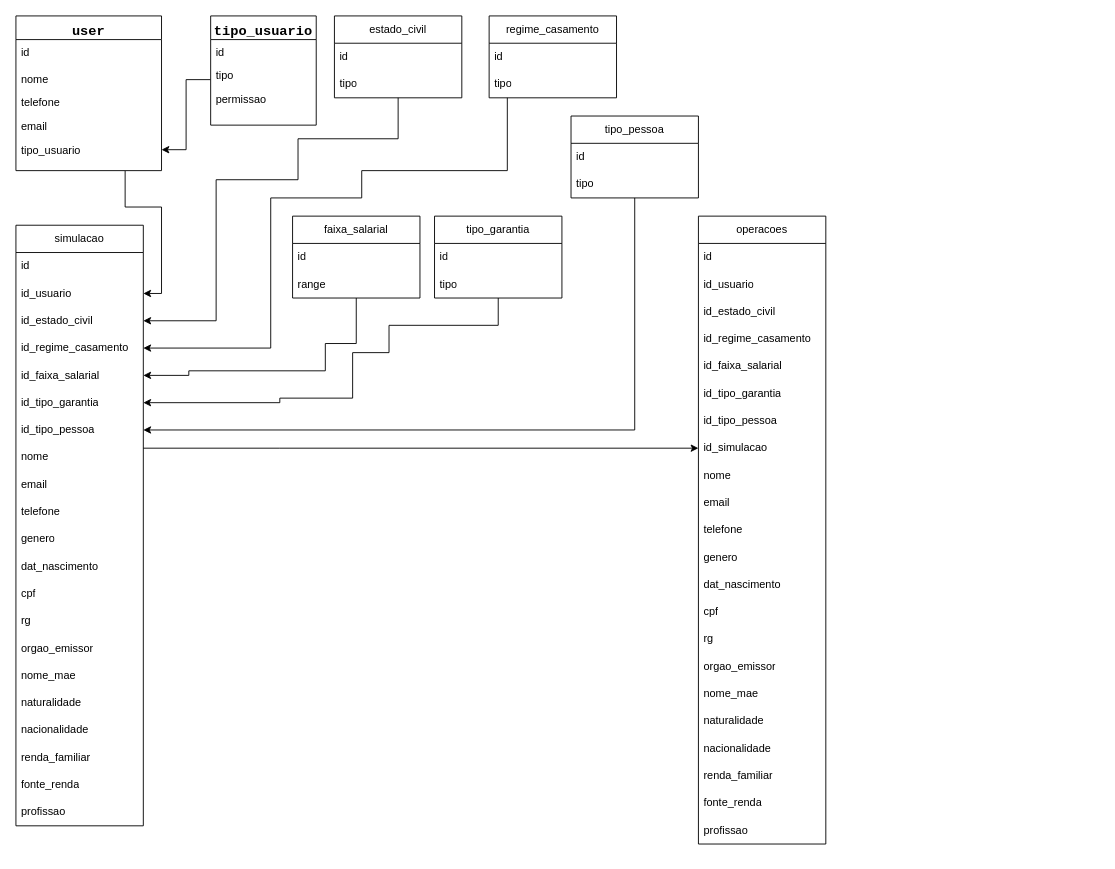
Earlier version of the draw.io diagram Diagrama sem nome.drawio (lucaswalmor/lucaswalmor). Source tidied: cells renumbered, new cells numbered last; positions are measured from the earlier drawing's top-left corner, leaving out a move shared by most shapes. Both pictures are drawn from the tidied source at 91%, with x=0, y=0 at pixel (15, 15).
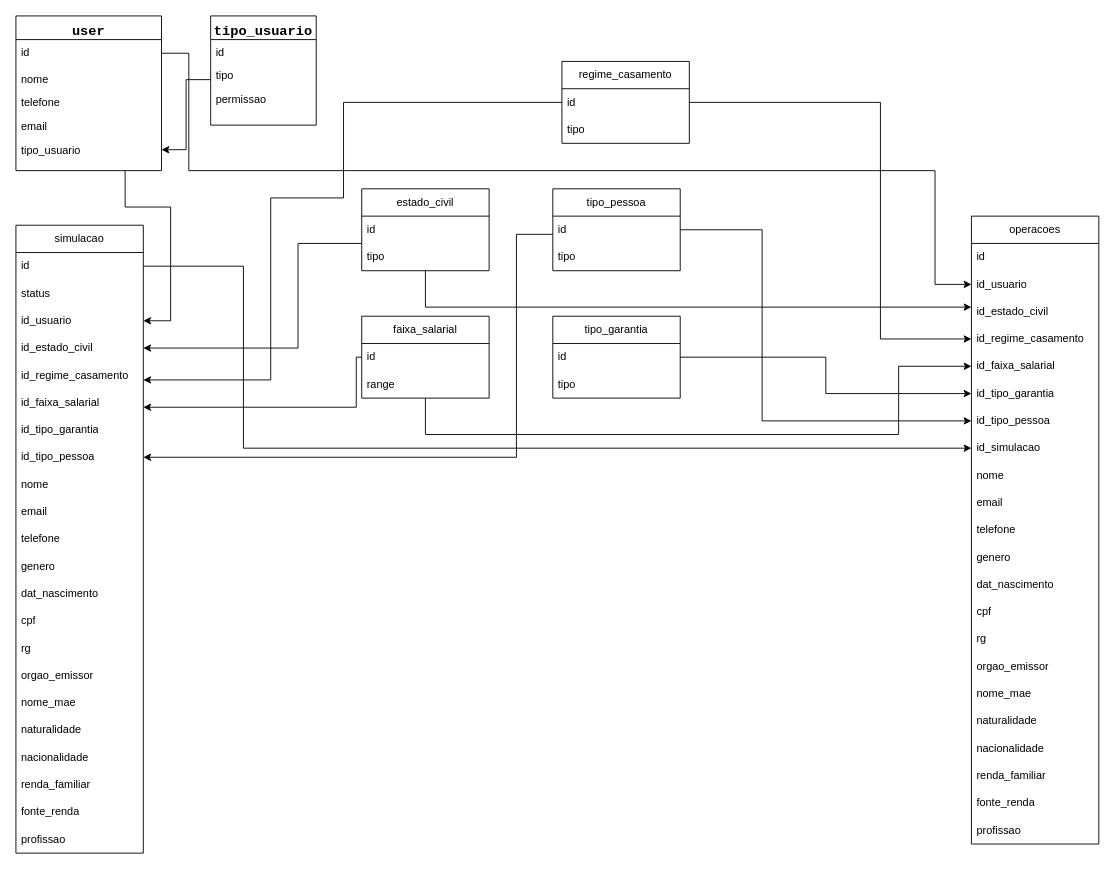
The same diagram, later.

Unchanged cells that the change refers to:
```xml
<mxCell id="3" value="user" style="swimlane;fontStyle=1;align=center;verticalAlign=top;horizontal=1;startSize=26;rounded=0;shadow=0;strokeWidth=1;fontFamily=Courier New;fontSize=15;fillColor=default;gradientColor=none;swimlaneFillColor=default;" parent="1" vertex="1">
  <mxGeometry width="160" height="170" as="geometry" />
</mxCell>
<mxCell id="4" value="id" style="text;strokeColor=none;fillColor=none;align=left;verticalAlign=middle;spacingLeft=4;spacingRight=4;overflow=hidden;points=[[0,0.5],[1,0.5]];portConstraint=eastwest;whiteSpace=wrap;html=1;" parent="3" vertex="1">
  <mxGeometry y="26" width="160" height="30" as="geometry" />
</mxCell>
<mxCell id="16" value="id" style="text;strokeColor=none;fillColor=none;align=left;verticalAlign=middle;spacingLeft=4;spacingRight=4;overflow=hidden;points=[[0,0.5],[1,0.5]];portConstraint=eastwest;whiteSpace=wrap;html=1;" parent="15" vertex="1">
  <mxGeometry y="30" width="140" height="30" as="geometry" />
</mxCell>
<mxCell id="55" value="id" style="text;strokeColor=none;fillColor=none;align=left;verticalAlign=middle;spacingLeft=4;spacingRight=4;overflow=hidden;points=[[0,0.5],[1,0.5]];portConstraint=eastwest;whiteSpace=wrap;html=1;" parent="54" vertex="1">
  <mxGeometry y="30" width="140" height="30" as="geometry" />
</mxCell>
<mxCell id="59" value="id_usuario" style="text;strokeColor=none;fillColor=none;align=left;verticalAlign=middle;spacingLeft=4;spacingRight=4;overflow=hidden;points=[[0,0.5],[1,0.5]];portConstraint=eastwest;whiteSpace=wrap;html=1;" parent="57" vertex="1">
  <mxGeometry y="60" width="140" height="30" as="geometry" />
</mxCell>
<mxCell id="60" value="id_estado_civil" style="text;strokeColor=none;fillColor=none;align=left;verticalAlign=middle;spacingLeft=4;spacingRight=4;overflow=hidden;points=[[0,0.5],[1,0.5]];portConstraint=eastwest;whiteSpace=wrap;html=1;" parent="57" vertex="1">
  <mxGeometry y="90" width="140" height="30" as="geometry" />
</mxCell>
<mxCell id="61" value="id_regime_casamento" style="text;strokeColor=none;fillColor=none;align=left;verticalAlign=middle;spacingLeft=4;spacingRight=4;overflow=hidden;points=[[0,0.5],[1,0.5]];portConstraint=eastwest;whiteSpace=wrap;html=1;" parent="57" vertex="1">
  <mxGeometry y="120" width="140" height="30" as="geometry" />
</mxCell>
<mxCell id="62" value="id_faixa_salarial" style="text;strokeColor=none;fillColor=none;align=left;verticalAlign=middle;spacingLeft=4;spacingRight=4;overflow=hidden;points=[[0,0.5],[1,0.5]];portConstraint=eastwest;whiteSpace=wrap;html=1;" parent="57" vertex="1">
  <mxGeometry y="150" width="140" height="30" as="geometry" />
</mxCell>
<mxCell id="63" value="id_tipo_garantia" style="text;strokeColor=none;fillColor=none;align=left;verticalAlign=middle;spacingLeft=4;spacingRight=4;overflow=hidden;points=[[0,0.5],[1,0.5]];portConstraint=eastwest;whiteSpace=wrap;html=1;" parent="57" vertex="1">
  <mxGeometry y="180" width="140" height="30" as="geometry" />
</mxCell>
<mxCell id="64" value="id_tipo_pessoa" style="text;strokeColor=none;fillColor=none;align=left;verticalAlign=middle;spacingLeft=4;spacingRight=4;overflow=hidden;points=[[0,0.5],[1,0.5]];portConstraint=eastwest;whiteSpace=wrap;html=1;" parent="57" vertex="1">
  <mxGeometry y="210" width="140" height="30" as="geometry" />
</mxCell>
<mxCell id="65" value="id_simulacao" style="text;align=left;verticalAlign=middle;spacingLeft=4;spacingRight=4;overflow=hidden;points=[[0,0.5],[1,0.5]];portConstraint=eastwest;whiteSpace=wrap;html=1;" parent="57" vertex="1">
  <mxGeometry y="240" width="140" height="30" as="geometry" />
</mxCell>
```

Change to the diagram source:
```diff
@@
     <mxCell id="2" style="edgeStyle=orthogonalEdgeStyle;rounded=0;jettySize=auto;html=1;" parent="1" edge="1" source="3" target="17">
       <mxGeometry relative="1" as="geometry">
         <Array as="points">
           <mxPoint x="120" y="210" />
-          <mxPoint x="160" y="210" />
-          <mxPoint x="160" y="305" />
+          <mxPoint x="170" y="210" />
+          <mxPoint x="170" y="335" />
         </Array>
       </mxGeometry>
     </mxCell>
@@
-    <mxCell id="14" style="edgeStyle=orthogonalEdgeStyle;rounded=0;jettySize=auto;html=1;" parent="1" edge="1" source="15" target="65">
-      <mxGeometry relative="1" as="geometry">
-        <Array as="points">
-          <mxPoint x="290" y="475" />
-          <mxPoint x="290" y="475" />
-        </Array>
-      </mxGeometry>
-    </mxCell>
     <mxCell id="15" value="simulacao" style="swimlane;fontStyle=0;horizontal=1;startSize=30;whiteSpace=wrap;html=1;" parent="1" vertex="1">
-      <mxGeometry y="230" width="140" height="660" as="geometry" />
+      <mxGeometry y="230" width="140" height="690" as="geometry" />
     </mxCell>
@@
+    <mxCell id="80" value="status" style="text;strokeColor=none;fillColor=none;align=left;verticalAlign=middle;spacingLeft=4;spacingRight=4;overflow=hidden;whiteSpace=wrap;html=1;" parent="15" vertex="1">
+      <mxGeometry y="60" width="140" height="30" as="geometry" />
+    </mxCell>
     <mxCell id="17" value="id_usuario" style="text;strokeColor=none;fillColor=none;align=left;verticalAlign=middle;spacingLeft=4;spacingRight=4;overflow=hidden;points=[[0,0.5],[1,0.5]];portConstraint=eastwest;whiteSpace=wrap;html=1;" parent="15" vertex="1">
-      <mxGeometry y="60" width="140" height="30" as="geometry" />
+      <mxGeometry y="90" width="140" height="30" as="geometry" />
     </mxCell>
     <mxCell id="18" value="id_estado_civil" style="text;strokeColor=none;fillColor=none;align=left;verticalAlign=middle;spacingLeft=4;spacingRight=4;overflow=hidden;points=[[0,0.5],[1,0.5]];portConstraint=eastwest;whiteSpace=wrap;html=1;" parent="15" vertex="1">
-      <mxGeometry y="90" width="140" height="30" as="geometry" />
+      <mxGeometry y="120" width="140" height="30" as="geometry" />
     </mxCell>
     <mxCell id="19" value="id_regime_casamento" style="text;strokeColor=none;fillColor=none;align=left;verticalAlign=middle;spacingLeft=4;spacingRight=4;overflow=hidden;points=[[0,0.5],[1,0.5]];portConstraint=eastwest;whiteSpace=wrap;html=1;" parent="15" vertex="1">
-      <mxGeometry y="120" width="140" height="30" as="geometry" />
+      <mxGeometry y="150" width="140" height="30" as="geometry" />
     </mxCell>
     <mxCell id="20" value="id_faixa_salarial" style="text;strokeColor=none;fillColor=none;align=left;verticalAlign=middle;spacingLeft=4;spacingRight=4;overflow=hidden;points=[[0,0.5],[1,0.5]];portConstraint=eastwest;whiteSpace=wrap;html=1;" parent="15" vertex="1">
-      <mxGeometry y="150" width="140" height="30" as="geometry" />
+      <mxGeometry y="180" width="140" height="30" as="geometry" />
     </mxCell>
     <mxCell id="21" value="id_tipo_garantia" style="text;strokeColor=none;fillColor=none;align=left;verticalAlign=middle;spacingLeft=4;spacingRight=4;overflow=hidden;points=[[0,0.5],[1,0.5]];portConstraint=eastwest;whiteSpace=wrap;html=1;" parent="15" vertex="1">
-      <mxGeometry y="180" width="140" height="30" as="geometry" />
+      <mxGeometry y="210" width="140" height="30" as="geometry" />
     </mxCell>
     <mxCell id="22" value="id_tipo_pessoa" style="text;strokeColor=none;fillColor=none;align=left;verticalAlign=middle;spacingLeft=4;spacingRight=4;overflow=hidden;points=[[0,0.5],[1,0.5]];portConstraint=eastwest;whiteSpace=wrap;html=1;" parent="15" vertex="1">
-      <mxGeometry y="210" width="140" height="30" as="geometry" />
+      <mxGeometry y="240" width="140" height="30" as="geometry" />
     </mxCell>
     <mxCell id="23" value="nome" style="text;align=left;verticalAlign=middle;spacingLeft=4;spacingRight=4;overflow=hidden;whiteSpace=wrap;html=1;" parent="15" vertex="1">
-      <mxGeometry y="240" width="140" height="30" as="geometry" />
+      <mxGeometry y="270" width="140" height="30" as="geometry" />
     </mxCell>
     <mxCell id="24" value="email" style="text;align=left;verticalAlign=middle;spacingLeft=4;spacingRight=4;overflow=hidden;whiteSpace=wrap;html=1;" parent="15" vertex="1">
-      <mxGeometry y="270" width="140" height="30" as="geometry" />
+      <mxGeometry y="300" width="140" height="30" as="geometry" />
     </mxCell>
     <mxCell id="25" value="telefone" style="text;align=left;verticalAlign=middle;spacingLeft=4;spacingRight=4;overflow=hidden;whiteSpace=wrap;html=1;" parent="15" vertex="1">
-      <mxGeometry y="300" width="140" height="30" as="geometry" />
+      <mxGeometry y="330" width="140" height="30" as="geometry" />
     </mxCell>
     <mxCell id="26" value="genero" style="text;strokeColor=none;fillColor=none;align=left;verticalAlign=middle;spacingLeft=4;spacingRight=4;overflow=hidden;whiteSpace=wrap;html=1;" parent="15" vertex="1">
-      <mxGeometry y="330" width="140" height="30" as="geometry" />
+      <mxGeometry y="360" width="140" height="30" as="geometry" />
     </mxCell>
     <mxCell id="27" value="dat_nascimento" style="text;strokeColor=none;fillColor=none;align=left;verticalAlign=middle;spacingLeft=4;spacingRight=4;overflow=hidden;whiteSpace=wrap;html=1;" parent="15" vertex="1">
-      <mxGeometry y="360" width="140" height="30" as="geometry" />
+      <mxGeometry y="390" width="140" height="30" as="geometry" />
     </mxCell>
     <mxCell id="28" value="cpf" style="text;strokeColor=none;fillColor=none;align=left;verticalAlign=middle;spacingLeft=4;spacingRight=4;overflow=hidden;whiteSpace=wrap;html=1;" parent="15" vertex="1">
-      <mxGeometry y="390" width="140" height="30" as="geometry" />
+      <mxGeometry y="420" width="140" height="30" as="geometry" />
     </mxCell>
     <mxCell id="29" value="rg" style="text;align=left;verticalAlign=middle;spacingLeft=4;spacingRight=4;overflow=hidden;whiteSpace=wrap;html=1;" parent="15" vertex="1">
-      <mxGeometry y="420" width="140" height="30" as="geometry" />
+      <mxGeometry y="450" width="140" height="30" as="geometry" />
     </mxCell>
     <mxCell id="30" value="orgao_emissor" style="text;align=left;verticalAlign=middle;spacingLeft=4;spacingRight=4;overflow=hidden;whiteSpace=wrap;html=1;" parent="15" vertex="1">
-      <mxGeometry y="450" width="140" height="30" as="geometry" />
+      <mxGeometry y="480" width="140" height="30" as="geometry" />
     </mxCell>
     <mxCell id="31" value="nome_mae" style="text;align=left;verticalAlign=middle;spacingLeft=4;spacingRight=4;overflow=hidden;whiteSpace=wrap;html=1;" parent="15" vertex="1">
-      <mxGeometry y="480" width="140" height="30" as="geometry" />
+      <mxGeometry y="510" width="140" height="30" as="geometry" />
     </mxCell>
     <mxCell id="32" value="naturalidade" style="text;align=left;verticalAlign=middle;spacingLeft=4;spacingRight=4;overflow=hidden;whiteSpace=wrap;html=1;" parent="15" vertex="1">
-      <mxGeometry y="510" width="140" height="30" as="geometry" />
+      <mxGeometry y="540" width="140" height="30" as="geometry" />
     </mxCell>
     <mxCell id="33" value="nacionalidade" style="text;align=left;verticalAlign=middle;spacingLeft=4;spacingRight=4;overflow=hidden;whiteSpace=wrap;html=1;" parent="15" vertex="1">
-      <mxGeometry y="540" width="140" height="30" as="geometry" />
+      <mxGeometry y="570" width="140" height="30" as="geometry" />
     </mxCell>
     <mxCell id="34" value="renda_familiar" style="text;align=left;verticalAlign=middle;spacingLeft=4;spacingRight=4;overflow=hidden;whiteSpace=wrap;html=1;" parent="15" vertex="1">
-      <mxGeometry y="570" width="140" height="30" as="geometry" />
+      <mxGeometry y="600" width="140" height="30" as="geometry" />
     </mxCell>
     <mxCell id="35" value="fonte_renda" style="text;align=left;verticalAlign=middle;spacingLeft=4;spacingRight=4;overflow=hidden;whiteSpace=wrap;html=1;" parent="15" vertex="1">
-      <mxGeometry y="600" width="140" height="30" as="geometry" />
+      <mxGeometry y="630" width="140" height="30" as="geometry" />
     </mxCell>
     <mxCell id="36" value="profissao" style="text;align=left;verticalAlign=middle;spacingLeft=4;spacingRight=4;overflow=hidden;whiteSpace=wrap;html=1;" parent="15" vertex="1">
-      <mxGeometry y="630" width="140" height="30" as="geometry" />
+      <mxGeometry y="660" width="140" height="30" as="geometry" />
     </mxCell>
     <mxCell id="37" style="edgeStyle=orthogonalEdgeStyle;rounded=0;jettySize=auto;html=1;" parent="1" edge="1" source="38" target="18">
       <mxGeometry relative="1" as="geometry">
         <Array as="points">
-          <mxPoint x="420" y="135" />
-          <mxPoint x="310" y="135" />
-          <mxPoint x="310" y="180" />
-          <mxPoint x="220" y="180" />
-          <mxPoint x="220" y="335" />
+          <mxPoint x="310" y="250" />
+          <mxPoint x="310" y="365" />
         </Array>
       </mxGeometry>
     </mxCell>
+    <mxCell id="81" style="edgeStyle=orthogonalEdgeStyle;rounded=0;jettySize=auto;html=1;" parent="1" edge="1" source="38" target="60">
+      <mxGeometry relative="1" as="geometry">
+        <Array as="points">
+          <mxPoint x="450" y="320" />
+        </Array>
+      </mxGeometry>
+    </mxCell>
     <mxCell id="38" value="estado_civil" style="swimlane;fontStyle=0;horizontal=1;startSize=30;whiteSpace=wrap;html=1;" parent="1" vertex="1">
-      <mxGeometry x="350" width="140" height="90" as="geometry" />
+      <mxGeometry x="380" y="190" width="140" height="90" as="geometry" />
     </mxCell>
@@
     <mxCell id="41" style="edgeStyle=orthogonalEdgeStyle;rounded=0;jettySize=auto;html=1;" parent="1" edge="1" source="42" target="20">
       <mxGeometry relative="1" as="geometry">
         <Array as="points">
-          <mxPoint x="374" y="360" />
-          <mxPoint x="340" y="360" />
-          <mxPoint x="340" y="390" />
-          <mxPoint x="190" y="390" />
-          <mxPoint x="190" y="395" />
+          <mxPoint x="374" y="430" />
         </Array>
       </mxGeometry>
     </mxCell>
+    <mxCell id="82" style="edgeStyle=orthogonalEdgeStyle;rounded=0;jettySize=auto;html=1;" parent="1" edge="1" source="42" target="62">
+      <mxGeometry relative="1" as="geometry">
+        <Array as="points">
+          <mxPoint x="450" y="460" />
+          <mxPoint x="970" y="460" />
+          <mxPoint x="970" y="385" />
+        </Array>
+      </mxGeometry>
+    </mxCell>
     <mxCell id="42" value="faixa_salarial" style="swimlane;fontStyle=0;horizontal=1;startSize=30;whiteSpace=wrap;html=1;" parent="1" vertex="1">
-      <mxGeometry x="304" y="220" width="140" height="90" as="geometry" />
+      <mxGeometry x="380" y="330" width="140" height="90" as="geometry" />
     </mxCell>
@@
     <mxCell id="45" style="edgeStyle=orthogonalEdgeStyle;rounded=0;jettySize=auto;html=1;" parent="1" edge="1" source="46" target="19">
       <mxGeometry relative="1" as="geometry">
         <Array as="points">
-          <mxPoint x="540" y="170" />
-          <mxPoint x="380" y="170" />
-          <mxPoint x="380" y="200" />
+          <mxPoint x="360" y="95" />
+          <mxPoint x="360" y="200" />
           <mxPoint x="280" y="200" />
-          <mxPoint x="280" y="365" />
+          <mxPoint x="280" y="400" />
         </Array>
       </mxGeometry>
     </mxCell>
+    <mxCell id="83" style="edgeStyle=orthogonalEdgeStyle;rounded=0;jettySize=auto;html=1;" parent="1" edge="1" source="46" target="61">
+      <mxGeometry relative="1" as="geometry">
+        <Array as="points">
+          <mxPoint x="950" y="95" />
+          <mxPoint x="950" y="355" />
+        </Array>
+      </mxGeometry>
+    </mxCell>
     <mxCell id="46" value="regime_casamento" style="swimlane;fontStyle=0;horizontal=1;startSize=30;whiteSpace=wrap;html=1;" parent="1" vertex="1">
-      <mxGeometry x="520" width="140" height="90" as="geometry" />
+      <mxGeometry x="600" y="50" width="140" height="90" as="geometry" />
     </mxCell>
@@
-    <mxCell id="49" style="edgeStyle=orthogonalEdgeStyle;rounded=0;jettySize=auto;html=1;" parent="1" edge="1" source="50" target="21">
-      <mxGeometry relative="1" as="geometry">
-        <Array as="points">
-          <mxPoint x="530" y="340" />
-          <mxPoint x="410" y="340" />
-          <mxPoint x="410" y="370" />
-          <mxPoint x="370" y="370" />
-          <mxPoint x="370" y="420" />
-          <mxPoint x="290" y="420" />
-          <mxPoint x="290" y="425" />
-        </Array>
-      </mxGeometry>
-    </mxCell>
-    <mxCell id="50" value="tipo_garantia" style="swimlane;fontStyle=0;horizontal=1;startSize=30;whiteSpace=wrap;html=1;" parent="1" vertex="1">
-      <mxGeometry x="460" y="220" width="140" height="90" as="geometry" />
-    </mxCell>
-    <mxCell id="51" value="id" style="text;strokeColor=none;fillColor=none;align=left;verticalAlign=middle;spacingLeft=4;spacingRight=4;overflow=hidden;whiteSpace=wrap;html=1;" parent="50" vertex="1">
-      <mxGeometry y="30" width="140" height="30" as="geometry" />
-    </mxCell>
-    <mxCell id="52" value="tipo" style="text;strokeColor=none;fillColor=none;align=left;verticalAlign=middle;spacingLeft=4;spacingRight=4;overflow=hidden;whiteSpace=wrap;html=1;" parent="50" vertex="1">
-      <mxGeometry y="60" width="140" height="30" as="geometry" />
-    </mxCell>
-    <mxCell id="53" style="edgeStyle=orthogonalEdgeStyle;rounded=0;jettySize=auto;html=1;" parent="1" edge="1" source="54" target="22">
-      <mxGeometry relative="1" as="geometry">
-        <Array as="points">
-          <mxPoint x="680" y="455" />
-        </Array>
-      </mxGeometry>
-    </mxCell>
+    <mxCell id="84" style="edgeStyle=orthogonalEdgeStyle;rounded=0;jettySize=auto;html=1;entryX=0;entryY=0.5;entryDx=0;entryDy=0;" parent="1" edge="1" source="50" target="63">
+      <mxGeometry relative="1" as="geometry" />
+    </mxCell>
     <mxCell id="54" value="tipo_pessoa" style="swimlane;fontStyle=0;horizontal=1;startSize=30;whiteSpace=wrap;html=1;" parent="1" vertex="1">
-      <mxGeometry x="610" y="110" width="140" height="90" as="geometry" />
+      <mxGeometry x="590" y="190" width="140" height="90" as="geometry" />
     </mxCell>
@@
     <mxCell id="57" value="operacoes" style="swimlane;fontStyle=0;horizontal=1;startSize=30;whiteSpace=wrap;html=1;" parent="1" vertex="1">
-      <mxGeometry x="750" y="220" width="140" height="690" as="geometry" />
+      <mxGeometry x="1050" y="220" width="140" height="690" as="geometry" />
     </mxCell>
@@
+    <mxCell id="85" style="edgeStyle=orthogonalEdgeStyle;rounded=0;jettySize=auto;html=1;entryX=0;entryY=0.5;entryDx=0;entryDy=0;" parent="1" edge="1" source="16" target="65">
+      <mxGeometry relative="1" as="geometry">
+        <Array as="points">
+          <mxPoint x="250" y="275" />
+          <mxPoint x="250" y="475" />
+        </Array>
+      </mxGeometry>
+    </mxCell>
+    <mxCell id="50" value="tipo_garantia" style="swimlane;fontStyle=0;horizontal=1;startSize=30;whiteSpace=wrap;html=1;" parent="1" vertex="1">
+      <mxGeometry x="590" y="330" width="140" height="90" as="geometry" />
+    </mxCell>
+    <mxCell id="51" value="id" style="text;strokeColor=none;fillColor=none;align=left;verticalAlign=middle;spacingLeft=4;spacingRight=4;overflow=hidden;whiteSpace=wrap;html=1;" parent="50" vertex="1">
+      <mxGeometry y="30" width="140" height="30" as="geometry" />
+    </mxCell>
+    <mxCell id="52" value="tipo" style="text;strokeColor=none;fillColor=none;align=left;verticalAlign=middle;spacingLeft=4;spacingRight=4;overflow=hidden;whiteSpace=wrap;html=1;" parent="50" vertex="1">
+      <mxGeometry y="60" width="140" height="30" as="geometry" />
+    </mxCell>
+    <mxCell id="86" style="edgeStyle=orthogonalEdgeStyle;rounded=0;jettySize=auto;html=1;entryX=0;entryY=0.5;entryDx=0;entryDy=0;" parent="1" edge="1" source="55" target="64">
+      <mxGeometry relative="1" as="geometry">
+        <Array as="points">
+          <mxPoint x="820" y="235" />
+          <mxPoint x="820" y="445" />
+        </Array>
+      </mxGeometry>
+    </mxCell>
+    <mxCell id="87" style="edgeStyle=orthogonalEdgeStyle;rounded=0;jettySize=auto;html=1;" parent="1" edge="1" source="55" target="22">
+      <mxGeometry relative="1" as="geometry">
+        <Array as="points">
+          <mxPoint x="550" y="240" />
+          <mxPoint x="550" y="485" />
+        </Array>
+      </mxGeometry>
+    </mxCell>
+    <mxCell id="88" style="edgeStyle=orthogonalEdgeStyle;rounded=0;jettySize=auto;html=1;" parent="1" edge="1" source="4" target="59">
+      <mxGeometry relative="1" as="geometry">
+        <Array as="points">
+          <mxPoint x="190" y="41" />
+          <mxPoint x="190" y="170" />
+          <mxPoint x="1010" y="170" />
+          <mxPoint x="1010" y="295" />
+        </Array>
+      </mxGeometry>
+    </mxCell>
```
